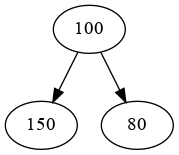
This is build-Servidor-Desktop-Debug/arbol.png from GianniDeLeon/Proyecto1EDD, a Graphviz export, as it was before one commit. Its source is kept beside it as build-Servidor-Desktop-Debug/arbol.dot. Source of this version:
```dot
digraph Arbol{100 -> 150;
100 -> 80;
}
```
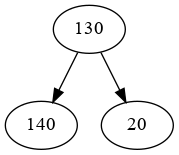
The same file after the commit.

Diff of the diagram source:
```diff
@@ -1,3 +1,3 @@
-digraph Arbol{100 -> 150;
-100 -> 80;
+digraph Arbol{130 -> 140;
+130 -> 20;
 }
```
